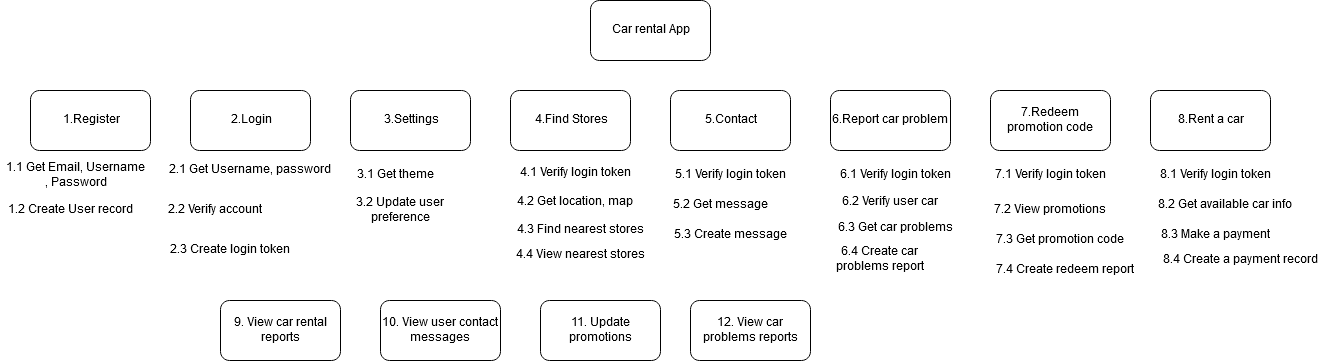
ICT-Mahidol/2019-ITCS371-2-ORgates keeps this draw.io diagram as functionaldecomposition.png. Above is the earlier version. Source tidied: cells renumbered, new cells last; positions are measured from the earlier drawing's top-left corner, leaving out a move shared by most shapes.
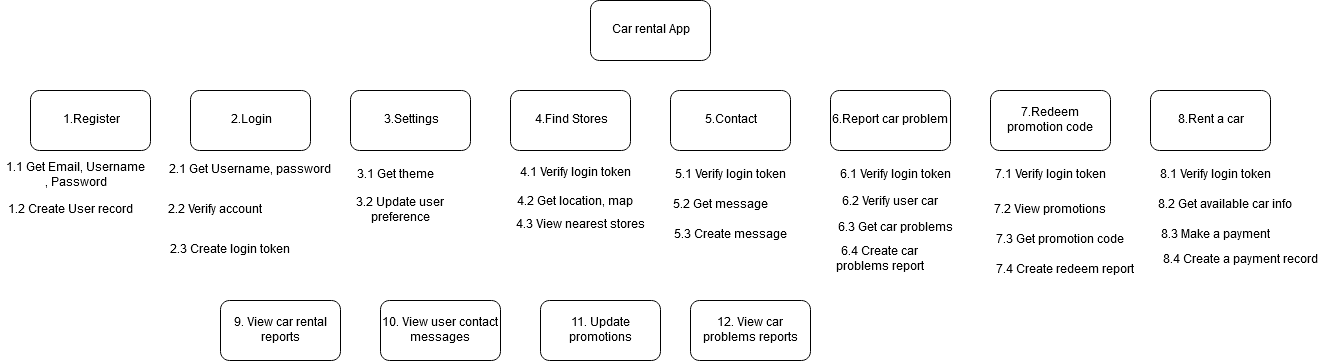
The same diagram one commit later.

What changed in the source:
```diff
@@ -53,11 +53,8 @@
     <mxCell id="18" value="4.2 Get location, map" style="text;html=1;align=center;verticalAlign=middle;" parent="1" vertex="1">
       <mxGeometry x="510" y="191.5" width="130" height="20" as="geometry" />
     </mxCell>
-    <mxCell id="19" value="4.3 Find nearest stores" style="text;html=1;align=center;verticalAlign=middle;" parent="1" vertex="1">
-      <mxGeometry x="510" y="220" width="140" height="20" as="geometry" />
-    </mxCell>
-    <mxCell id="20" value="4.4 View nearest stores" style="text;html=1;align=center;verticalAlign=middle;" parent="1" vertex="1">
-      <mxGeometry x="510" y="245" width="140" height="20" as="geometry" />
+    <mxCell id="20" value="4.3 View nearest stores" style="text;html=1;align=center;verticalAlign=middle;" parent="1" vertex="1">
+      <mxGeometry x="510" y="214.5" width="140" height="20" as="geometry" />
     </mxCell>
     <mxCell id="21" value="5.1 Verify login token" style="text;html=1;align=center;verticalAlign=middle;" parent="1" vertex="1">
       <mxGeometry x="665" y="165" width="130" height="20" as="geometry" />
```
